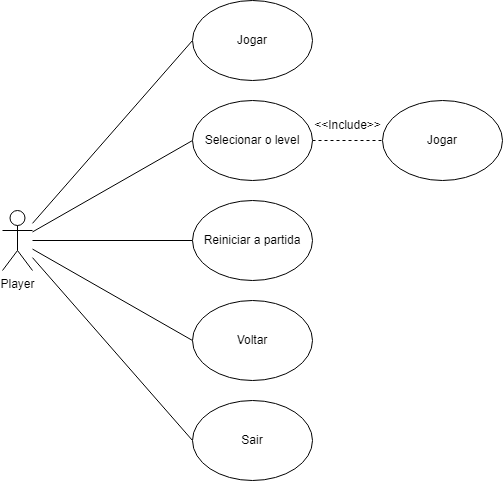
Before: img/DiagramaCasoDeUso.png, a diagram exported from draw.io (conrado1008/Projeto-Final-PRG22107). Source tidied: cells renumbered, new cells last; positions are measured from the earlier drawing's top-left corner, leaving out a move shared by most shapes.
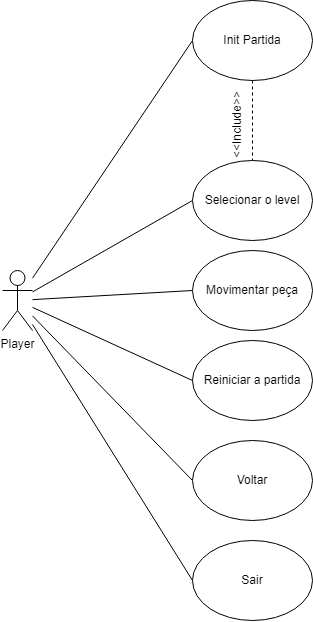
After the change.

The edit, as a diff of the source:
```diff
@@ -17,32 +17,35 @@
     <mxCell id="6" style="rounded=0;jettySize=auto;html=1;entryX=0;entryY=0.5;entryDx=0;entryDy=0;endArrow=none;endFill=0;" parent="1" edge="1" source="7" target="15">
       <mxGeometry relative="1" as="geometry" />
     </mxCell>
+    <mxCell id="16" style="rounded=0;jettySize=auto;html=1;entryX=0;entryY=0.5;entryDx=0;entryDy=0;endArrow=none;startFill=0;" parent="1" edge="1" source="7" target="18">
+      <mxGeometry relative="1" as="geometry" />
+    </mxCell>
     <mxCell id="7" value="Player" style="shape=umlActor;verticalLabelPosition=bottom;verticalAlign=top;html=1;outlineConnect=0;" parent="1" vertex="1">
       <mxGeometry y="210" width="30" height="60" as="geometry" />
     </mxCell>
+    <mxCell id="17" style="edgeStyle=orthogonalEdgeStyle;rounded=0;jettySize=auto;html=1;entryX=0.5;entryY=0;entryDx=0;entryDy=0;endArrow=none;startFill=0;dashed=1;" parent="1" edge="1" source="8" target="11">
+      <mxGeometry relative="1" as="geometry" />
+    </mxCell>
-    <mxCell id="8" value="Jogar" style="ellipse;whiteSpace=wrap;html=1;" parent="1" vertex="1">
-      <mxGeometry x="190" width="120" height="80" as="geometry" />
+    <mxCell id="8" value="Init Partida" style="ellipse;whiteSpace=wrap;html=1;" parent="1" vertex="1">
+      <mxGeometry x="190" y="-60" width="120" height="80" as="geometry" />
     </mxCell>
     <mxCell id="9" value="Voltar" style="ellipse;whiteSpace=wrap;html=1;" parent="1" vertex="1">
-      <mxGeometry x="190" y="300" width="120" height="80" as="geometry" />
+      <mxGeometry x="190" y="380" width="120" height="80" as="geometry" />
     </mxCell>
-    <mxCell id="10" style="rounded=0;jettySize=auto;html=1;entryX=0;entryY=0.5;entryDx=0;entryDy=0;dashed=1;endArrow=none;endFill=0;" parent="1" edge="1" source="11" target="13">
-      <mxGeometry relative="1" as="geometry" />
-    </mxCell>
     <mxCell id="11" value="Selecionar o level" style="ellipse;whiteSpace=wrap;html=1;" parent="1" vertex="1">
       <mxGeometry x="190" y="100" width="120" height="80" as="geometry" />
     </mxCell>
     <mxCell id="12" value="Reiniciar a partida" style="ellipse;whiteSpace=wrap;html=1;" parent="1" vertex="1">
-      <mxGeometry x="190" y="200" width="120" height="80" as="geometry" />
+      <mxGeometry x="190" y="280" width="120" height="80" as="geometry" />
     </mxCell>
-    <mxCell id="13" value="Jogar" style="ellipse;whiteSpace=wrap;html=1;" parent="1" vertex="1">
-      <mxGeometry x="380" y="100" width="120" height="80" as="geometry" />
-    </mxCell>
-    <mxCell id="14" value="&amp;lt;&amp;lt;Include&amp;gt;&amp;gt;" style="text;html=1;align=center;verticalAlign=middle;strokeColor=none;fillColor=none;" parent="1" vertex="1">
-      <mxGeometry x="300" y="110" width="90" height="30" as="geometry" />
+    <mxCell id="14" value="&amp;lt;&amp;lt;Include&amp;gt;&amp;gt;" style="text;html=1;align=center;verticalAlign=middle;strokeColor=none;fillColor=none;rotation=-90;" parent="1" vertex="1">
+      <mxGeometry x="190" y="50" width="90" height="30" as="geometry" />
     </mxCell>
     <mxCell id="15" value="Sair" style="ellipse;whiteSpace=wrap;html=1;" parent="1" vertex="1">
-      <mxGeometry x="190" y="400" width="120" height="80" as="geometry" />
+      <mxGeometry x="190" y="480" width="120" height="80" as="geometry" />
     </mxCell>
+    <mxCell id="18" value="Movimentar peça" style="ellipse;whiteSpace=wrap;html=1;" parent="1" vertex="1">
+      <mxGeometry x="190" y="190" width="120" height="80" as="geometry" />
+    </mxCell>
   </root>
 </mxGraphModel>
```
